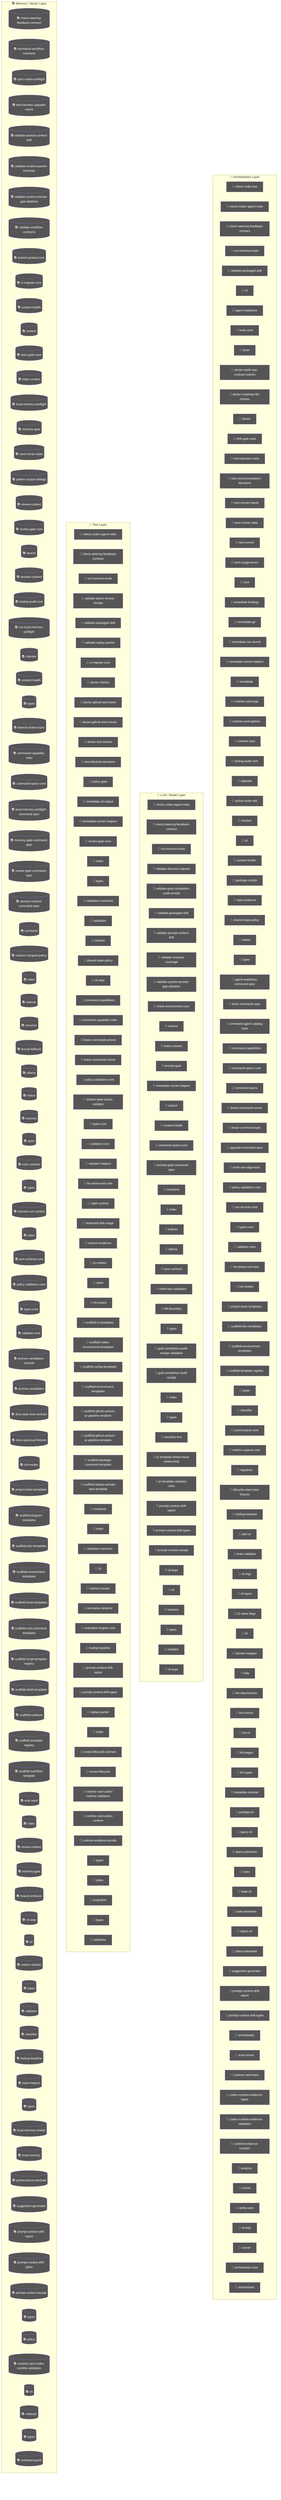
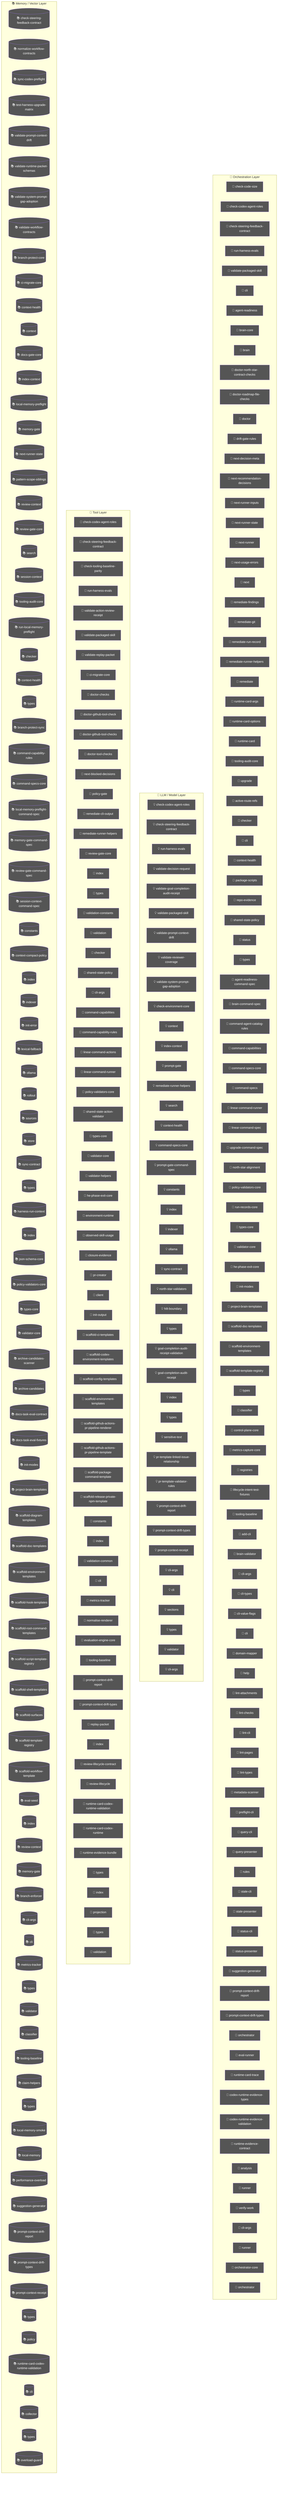
flowchart TD
  subgraph Orchestration["🎯 Orchestration Layer"]
    check_code_size_9c5efc3a["🤖 check-code-size"]
    node_agent_mmd_orchestration_layer_orchestration_chec_7a9f0b64["🤖 check-codex-agent-roles"]
    node_agent_mmd_orchestration_layer_orchestration_chec_7fd47f5c["🤖 check-steering-feedback-contract"]
    node_agent_mmd_orchestration_layer_orchestration_run__18817957["🤖 run-harness-evals"]
    node_agent_mmd_orchestration_layer_orchestration_vali_c01b04be["🤖 validate-packaged-skill"]
    cli_99bb8840["🤖 cli"]
    agent_readiness_c82c68e6["🤖 agent-readiness"]
    brain_core_aa07c380["🤖 brain-core"]
    brain_bbbf7a64["🤖 brain"]
    doctor_north_star_contract_checks_0048124c["🤖 doctor-north-star-contract-checks"]
    doctor_roadmap_file_checks_14447b8e["🤖 doctor-roadmap-file-checks"]
    doctor_72f4be89["🤖 doctor"]
    drift_gate_rules_9685e72d["🤖 drift-gate-rules"]
    next_decision_meta_c58bc91b["🤖 next-decision-meta"]
    next_recommendation_decisions_03315dd4["🤖 next-recommendation-decisions"]
    next_runner_inputs_754dba64["🤖 next-runner-inputs"]
    node_agent_mmd_orchestration_layer_orchestration_next_5393fba1["🤖 next-runner-state"]
    next_runner_41643472["🤖 next-runner"]
    next_usage_errors_837a345a["🤖 next-usage-errors"]
    next_c6c1c9a9["🤖 next"]
    remediate_findings_8b09c8c6["🤖 remediate-findings"]
    remediate_git_58c6f6f4["🤖 remediate-git"]
    remediate_run_record_9dfe5dc1["🤖 remediate-run-record"]
    node_agent_mmd_orchestration_layer_orchestration_reme_359fe98f["🤖 remediate-runner-helpers"]
    remediate_06b9c7fc["🤖 remediate"]
    runtime_card_args_2b3d4b28["🤖 runtime-card-args"]
    runtime_card_options_c9156ad5["🤖 runtime-card-options"]
    runtime_card_e06b53e1["🤖 runtime-card"]
    node_agent_mmd_orchestration_layer_orchestration_tool_acfe0c01["🤖 tooling-audit-core"]
    upgrade_7fef9479["🤖 upgrade"]
    active_route_refs_d7a46846["🤖 active-route-refs"]
    node_agent_mmd_orchestration_layer_orchestration_chec_0550c395["🤖 checker"]
    cli_1_084e05fe["🤖 cli"]
    node_agent_mmd_orchestration_layer_orchestration_cont_61b3b9c9["🤖 context-health"]
    package_scripts_3ee6150f["🤖 package-scripts"]
    repo_evidence_38bb1de5["🤖 repo-evidence"]
    node_agent_mmd_orchestration_layer_orchestration_shar_724ef5f0["🤖 shared-state-policy"]
    status_073c1634["🤖 status"]
    node_agent_mmd_orchestration_layer_orchestration_type_4f906dcc["🤖 types"]
    agent_readiness_command_spec_a30c2c1e["🤖 agent-readiness-command-spec"]
    brain_command_spec_15b122d5["🤖 brain-command-spec"]
    command_agent_catalog_rules_8e06b2af["🤖 command-agent-catalog-rules"]
    node_agent_mmd_orchestration_layer_orchestration_comm_6e41a7f7["🤖 command-capabilities"]
    node_agent_mmd_orchestration_layer_orchestration_comm_1f8cc24c["🤖 command-specs-core"]
    command_specs_69167c63["🤖 command-specs"]
    node_agent_mmd_orchestration_layer_orchestration_line_b67affd5["🤖 linear-command-runner"]
    linear_command_spec_1e12dd44["🤖 linear-command-spec"]
    upgrade_command_spec_03f6c7bd["🤖 upgrade-command-spec"]
    north_star_alignment_00440188["🤖 north-star-alignment"]
    node_agent_mmd_orchestration_layer_orchestration_poli_3270b55d["🤖 policy-validators-core"]
    run_records_core_89286dfa["🤖 run-records-core"]
    node_agent_mmd_orchestration_layer_orchestration_type_7cf81261["🤖 types-core"]
    node_agent_mmd_orchestration_layer_orchestration_vali_d9fe99e6["🤖 validator-core"]
    node_agent_mmd_orchestration_layer_orchestration_he_p_fc778c24["🤖 he-phase-exit-core"]
    node_agent_mmd_orchestration_layer_orchestration_init_2a9c3ecb["🤖 init-modes"]
    node_agent_mmd_orchestration_layer_orchestration_proj_6ab6f60f["🤖 project-brain-templates"]
    node_agent_mmd_orchestration_layer_orchestration_scaf_12cc07db["🤖 scaffold-doc-templates"]
    node_agent_mmd_orchestration_layer_orchestration_scaf_c9a90c2f["🤖 scaffold-environment-templates"]
    node_agent_mmd_orchestration_layer_orchestration_scaf_ff8f92f6["🤖 scaffold-template-registry"]
    types_16_0fae1112["🤖 types"]
    node_agent_mmd_orchestration_layer_orchestration_clas_899b821a["🤖 classifier"]
    control_plane_core_db3b4cb2["🤖 control-plane-core"]
    metrics_capture_core_db4bf7cf["🤖 metrics-capture-core"]
    registries_06402afa["🤖 registries"]
    lifecycle_intent_test_fixtures_a53c7ada["🤖 lifecycle-intent-test-fixtures"]
    node_agent_mmd_orchestration_layer_orchestration_tool_cc43149f["🤖 tooling-baseline"]
    add_cli_7614de25["🤖 add-cli"]
    brain_validator_be251832["🤖 brain-validator"]
    cli_args_8_d546936e["🤖 cli-args"]
    cli_types_1686e858["🤖 cli-types"]
    cli_value_flags_732a8e43["🤖 cli-value-flags"]
    cli_10_35dc8cbd["🤖 cli"]
    domain_mapper_cd9333d2["🤖 domain-mapper"]
    help_106a5842["🤖 help"]
    lint_attachments_873c0632["🤖 lint-attachments"]
    lint_checks_83522b19["🤖 lint-checks"]
    lint_cli_9ec62ec0["🤖 lint-cli"]
    lint_pages_e33301d0["🤖 lint-pages"]
    lint_types_2862c255["🤖 lint-types"]
    metadata_scanner_6a101b66["🤖 metadata-scanner"]
    preflight_cli_5d148379["🤖 preflight-cli"]
    query_cli_b95be64d["🤖 query-cli"]
    query_presenter_02e6077c["🤖 query-presenter"]
    rules_6c621d1a["🤖 rules"]
    stale_cli_64548720["🤖 stale-cli"]
    stale_presenter_1de4e3a2["🤖 stale-presenter"]
    status_cli_4c24a0d6["🤖 status-cli"]
    status_presenter_8de686c1["🤖 status-presenter"]
    node_agent_mmd_orchestration_layer_orchestration_sugg_85c5ebe3["🤖 suggestion-generator"]
    node_agent_mmd_orchestration_layer_orchestration_prom_d17b4de2["🤖 prompt-context-drift-report"]
    node_agent_mmd_orchestration_layer_orchestration_prom_77088997["🤖 prompt-context-drift-types"]
    orchestrator_11376b7e["🤖 orchestrator"]
    eval_runner_0966a6b3["🤖 eval-runner"]
    runtime_card_trace_64a5ca95["🤖 runtime-card-trace"]
    codex_runtime_evidence_types_f55808dd["🤖 codex-runtime-evidence-types"]
    codex_runtime_evidence_validation_d060a92d["🤖 codex-runtime-evidence-validation"]
    runtime_evidence_contract_0f7b15b2["🤖 runtime-evidence-contract"]
    analysis_f44e85c4["🤖 analysis"]
    runner_527aa9f4["🤖 runner"]
    verify_work_1_cd8e7ec3["🤖 verify-work"]
    cli_args_14_3481043e["🤖 cli-args"]
    runner_1_6f281bf8["🤖 runner"]
    orchestrator_core_d0678b53["🤖 orchestrator-core"]
    orchestrator_1_6b7137c5["🤖 orchestrator"]
  end
  subgraph LLMLayer["🧠 LLM / Model Layer"]
    node_agent_mmd_llm_model_layer_llmlayer_check_codex_a_29e7b7fa["💡 check-codex-agent-roles"]
    node_agent_mmd_llm_model_layer_llmlayer_check_steerin_0e1bf90d["💡 check-steering-feedback-contract"]
    node_agent_mmd_llm_model_layer_llmlayer_run_harness_e_603fcfdc["💡 run-harness-evals"]
    validate_decision_request_2e5c325e["💡 validate-decision-request"]
    validate_goal_completion_audit_receipt_100d252c["💡 validate-goal-completion-audit-receipt"]
    node_agent_mmd_llm_model_layer_llmlayer_validate_pack_2a12e1f4["💡 validate-packaged-skill"]
    node_agent_mmd_llm_model_layer_llmlayer_validate_prom_9880f764["💡 validate-prompt-context-drift"]
    validate_reviewer_coverage_251efee3["💡 validate-reviewer-coverage"]
    node_agent_mmd_llm_model_layer_llmlayer_validate_syst_5636156e["💡 validate-system-prompt-gap-adoption"]
    check_environment_core_2c16213f["💡 check-environment-core"]
    node_agent_mmd_llm_model_layer_llmlayer_context_conte_ad2dfbd9["💡 context"]
    node_agent_mmd_llm_model_layer_llmlayer_index_context_1041bd11["💡 index-context"]
    prompt_gate_c5e9d207["💡 prompt-gate"]
    node_agent_mmd_llm_model_layer_llmlayer_remediate_run_9e3d4585["💡 remediate-runner-helpers"]
    node_agent_mmd_llm_model_layer_llmlayer_search_search_66b9a911["💡 search"]
    node_agent_mmd_llm_model_layer_llmlayer_context_healt_cfc0bfa8["💡 context-health"]
    node_agent_mmd_llm_model_layer_llmlayer_command_specs_782af9fa["💡 command-specs-core"]
    prompt_gate_command_spec_9a941482["💡 prompt-gate-command-spec"]
    node_agent_mmd_llm_model_layer_llmlayer_constants_con_c9bd3f6c["💡 constants"]
    node_agent_mmd_llm_model_layer_llmlayer_index_index_1_02e160ff["💡 index"]
    node_agent_mmd_llm_model_layer_llmlayer_indexer_index_4f4deef5["💡 indexer"]
    node_agent_mmd_llm_model_layer_llmlayer_ollama_ollama_968b23fa["💡 ollama"]
    node_agent_mmd_llm_model_layer_llmlayer_sync_contract_9f3cc8c1["💡 sync-contract"]
    north_star_validators_cfc926ce["💡 north-star-validators"]
    hilt_boundary_9b36fb15["💡 hilt-boundary"]
    types_10_75e5a4a0["💡 types"]
    goal_completion_audit_receipt_validation_9d0f4891["💡 goal-completion-audit-receipt-validation"]
    goal_completion_audit_receipt_5e4939c3["💡 goal-completion-audit-receipt"]
    index_5_522f772a["💡 index"]
    node_agent_mmd_llm_model_layer_llmlayer_constants_con_c9bd3f6c["💡 constants"]
    types_17_ed30531c["💡 types"]
    sensitive_text_7c11f760["💡 sensitive-text"]
    pr_template_linked_issue_relationship_a7b61f2c["💡 pr-template-linked-issue-relationship"]
    pr_template_validator_rules_20a32d6b["💡 pr-template-validator-rules"]
    node_agent_mmd_llm_model_layer_llmlayer_index_index_1_02e160ff["💡 index"]
    node_agent_mmd_llm_model_layer_llmlayer_prompt_contex_81f9066a["💡 prompt-context-drift-report"]
    node_agent_mmd_llm_model_layer_llmlayer_prompt_contex_e5066b88["💡 prompt-context-drift-types"]
    node_agent_mmd_llm_model_layer_llmlayer_index_index_1_02e160ff["💡 index"]
    node_agent_mmd_llm_model_layer_llmlayer_prompt_contex_6426acc2["💡 prompt-context-receipt"]
    cli_args_9_9c136878["💡 cli-args"]
    cli_11_338a8415["💡 cli"]
    sections_4697ef32["💡 sections"]
    types_27_4d134744["💡 types"]
    validator_7_f836eb0e["💡 validator"]
    cli_args_10_861cdd3f["💡 cli-args"]
  end
  subgraph ToolLayer["🔧 Tool Layer"]
    node_agent_mmd_tool_layer_toollayer_check_codex_agent_4b361d5a["🔧 check-codex-agent-roles"]
    node_agent_mmd_tool_layer_toollayer_check_steering_fe_eafecf3a["🔧 check-steering-feedback-contract"]
+     check_tooling_baseline_parity_3124b30a["🔧 check-tooling-baseline-parity"]
    node_agent_mmd_tool_layer_toollayer_run_harness_evals_e2ee24f1["🔧 run-harness-evals"]
    validate_action_review_receipt_fa2f06c3["🔧 validate-action-review-receipt"]
    node_agent_mmd_tool_layer_toollayer_validate_packaged_2855c827["🔧 validate-packaged-skill"]
    validate_replay_packet_f309747e["🔧 validate-replay-packet"]
    node_agent_mmd_tool_layer_toollayer_ci_migrate_core_c_049f8460["🔧 ci-migrate-core"]
    doctor_checks_5a2eb2b9["🔧 doctor-checks"]
    doctor_github_tool_check_e0a938df["🔧 doctor-github-tool-check"]
    doctor_github_tool_checks_a53b0382["🔧 doctor-github-tool-checks"]
    doctor_tool_checks_4acac51a["🔧 doctor-tool-checks"]
    next_blocked_decisions_4140ad2b["🔧 next-blocked-decisions"]
    policy_gate_213f7313["🔧 policy-gate"]
    remediate_cli_output_cc165396["🔧 remediate-cli-output"]
    node_agent_mmd_tool_layer_toollayer_remediate_runner__c003b871["🔧 remediate-runner-helpers"]
    node_agent_mmd_tool_layer_toollayer_review_gate_core__7704598b["🔧 review-gate-core"]
    index_1bc04b52["🔧 index"]
    types_1_4ecdf56e["🔧 types"]
    validation_constants_e002a0f6["🔧 validation-constants"]
    validation_98c41dcd["🔧 validation"]
    node_agent_mmd_tool_layer_toollayer_checker_checker_2_453d593b["🔧 checker"]
    node_agent_mmd_tool_layer_toollayer_shared_state_poli_53734acd["🔧 shared-state-policy"]
    cli_args_1_6144b055["🔧 cli-args"]
    node_agent_mmd_tool_layer_toollayer_command_capabilit_7fe13db1["🔧 command-capabilities"]
    node_agent_mmd_tool_layer_toollayer_command_capabilit_e97a4615["🔧 command-capability-rules"]
    linear_command_actions_e430f4f4["🔧 linear-command-actions"]
    node_agent_mmd_tool_layer_toollayer_linear_command_ru_d6763748["🔧 linear-command-runner"]
    node_agent_mmd_tool_layer_toollayer_policy_validators_af136abf["🔧 policy-validators-core"]
    shared_state_action_validator_e7b128cd["🔧 shared-state-action-validator"]
    node_agent_mmd_tool_layer_toollayer_types_core_types__6c8319b6["🔧 types-core"]
    node_agent_mmd_tool_layer_toollayer_validator_core_va_6ef6131f["🔧 validator-core"]
    validator_helpers_7b927667["🔧 validator-helpers"]
    node_agent_mmd_tool_layer_toollayer_he_phase_exit_cor_af016160["🔧 he-phase-exit-core"]
-     ralph_runtime_73d63c0e["🔧 ralph-runtime"]
+     environment_runtime_3206f0a8["🔧 environment-runtime"]
    observed_skill_usage_ed7d5930["🔧 observed-skill-usage"]
    closure_evidence_aaa31467["🔧 closure-evidence"]
    pr_creator_dc6b1ea4["🔧 pr-creator"]
    client_948fe603["🔧 client"]
    init_output_360dce91["🔧 init-output"]
    scaffold_ci_templates_2afd6392["🔧 scaffold-ci-templates"]
    scaffold_codex_environment_templates_334fbbed["🔧 scaffold-codex-environment-templates"]
    scaffold_config_templates_4b80ce53["🔧 scaffold-config-templates"]
    node_agent_mmd_tool_layer_toollayer_scaffold_environm_c1afc013["🔧 scaffold-environment-templates"]
    scaffold_github_actions_pr_pipeline_renderer_1ee18de5["🔧 scaffold-github-actions-pr-pipeline-renderer"]
    scaffold_github_actions_pr_pipeline_template_e2b85f62["🔧 scaffold-github-actions-pr-pipeline-template"]
    scaffold_package_command_template_80e32e83["🔧 scaffold-package-command-template"]
    scaffold_release_private_npm_template_075499f8["🔧 scaffold-release-private-npm-template"]
    node_agent_mmd_tool_layer_toollayer_constants_constan_9d71b829["🔧 constants"]
    index_9_32dd4d91["🔧 index"]
    validation_common_6161e48b["🔧 validation-common"]
    node_agent_mmd_tool_layer_toollayer_cli_cli_2_1_32d9eeaf["🔧 cli"]
    node_agent_mmd_tool_layer_toollayer_metrics_tracker_m_4c9237d8["🔧 metrics-tracker"]
    normalise_renderer_85f2e563["🔧 normalise-renderer"]
    evaluation_engine_core_e054fe49["🔧 evaluation-engine-core"]
    node_agent_mmd_tool_layer_toollayer_tooling_baseline__61e66e9f["🔧 tooling-baseline"]
    node_agent_mmd_tool_layer_toollayer_prompt_context_dr_a2772f2b["🔧 prompt-context-drift-report"]
    node_agent_mmd_tool_layer_toollayer_prompt_context_dr_bd82da46["🔧 prompt-context-drift-types"]
    replay_packet_a1293f88["🔧 replay-packet"]
    index_14_d982116c["🔧 index"]
    review_lifecycle_contract_e5447221["🔧 review-lifecycle-contract"]
    review_lifecycle_89afa64c["🔧 review-lifecycle"]
    node_agent_mmd_tool_layer_toollayer_runtime_card_code_3636ceac["🔧 runtime-card-codex-runtime-validation"]
    runtime_card_codex_runtime_0655e230["🔧 runtime-card-codex-runtime"]
    runtime_evidence_bundle_d471a232["🔧 runtime-evidence-bundle"]
    types_36_674380ec["🔧 types"]
    index_17_642943a2["🔧 index"]
    projection_1b250ea1["🔧 projection"]
    types_38_e8efcd57["🔧 types"]
    validation_7_c4e6d8b6["🔧 validation"]
  end
  subgraph MemoryLayer["📚 Memory / Vector Layer"]
    node_agent_mmd_memory_vector_layer_memorylayer_check__64c86928[("📚 check-steering-feedback-contract")]
    normalize_workflow_contracts_8701f1c8[("📚 normalize-workflow-contracts")]
    sync_codex_preflight_7e7a8dc2[("📚 sync-codex-preflight")]
    test_harness_upgrade_matrix_84113c4e[("📚 test-harness-upgrade-matrix")]
    node_agent_mmd_memory_vector_layer_memorylayer_valida_c52c4db8[("📚 validate-prompt-context-drift")]
    validate_runtime_packet_schemas_bc3ba8ec[("📚 validate-runtime-packet-schemas")]
    node_agent_mmd_memory_vector_layer_memorylayer_valida_db599a97[("📚 validate-system-prompt-gap-adoption")]
    validate_workflow_contracts_33dc063c[("📚 validate-workflow-contracts")]
    branch_protect_core_a8feb0fd[("📚 branch-protect-core")]
    node_agent_mmd_memory_vector_layer_memorylayer_ci_mig_0cd5b1a4[("📚 ci-migrate-core")]
    context_health_80bb7da9[("📚 context-health")]
    node_agent_mmd_memory_vector_layer_memorylayer_contex_78ceaaa9[("📚 context")]
    docs_gate_core_eb9b6c18[("📚 docs-gate-core")]
    node_agent_mmd_memory_vector_layer_memorylayer_index__6f3402d0[("📚 index-context")]
    local_memory_preflight_dcc36c42[("📚 local-memory-preflight")]
    memory_gate_a577a506[("📚 memory-gate")]
    node_agent_mmd_memory_vector_layer_memorylayer_next_r_7feb80cc[("📚 next-runner-state")]
    pattern_scope_siblings_43abe000[("📚 pattern-scope-siblings")]
    review_context_ca6cf81d[("📚 review-context")]
    node_agent_mmd_memory_vector_layer_memorylayer_review_5bee9816[("📚 review-gate-core")]
    node_agent_mmd_memory_vector_layer_memorylayer_search_ac35cb7e[("📚 search")]
    session_context_e5ec72c0[("📚 session-context")]
    node_agent_mmd_memory_vector_layer_memorylayer_toolin_a1185b8f[("📚 tooling-audit-core")]
    run_local_memory_preflight_36e92808[("📚 run-local-memory-preflight")]
    node_agent_mmd_memory_vector_layer_memorylayer_checke_a583eb4f[("📚 checker")]
    node_agent_mmd_memory_vector_layer_memorylayer_contex_3204aa0e[("📚 context-health")]
    node_agent_mmd_memory_vector_layer_memorylayer_types__9ad640a0[("📚 types")]
    branch_protect_sync_570adb18[("📚 branch-protect-sync")]
    node_agent_mmd_memory_vector_layer_memorylayer_comman_c72a5d05[("📚 command-capability-rules")]
    node_agent_mmd_memory_vector_layer_memorylayer_comman_111eb454[("📚 command-specs-core")]
    local_memory_preflight_command_spec_9e23f3ce[("📚 local-memory-preflight-command-spec")]
    memory_gate_command_spec_dc9001a9[("📚 memory-gate-command-spec")]
    review_gate_command_spec_3187376a[("📚 review-gate-command-spec")]
    session_context_command_spec_973afbb1[("📚 session-context-command-spec")]
    node_agent_mmd_memory_vector_layer_memorylayer_consta_702d3f46[("📚 constants")]
    context_compact_policy_3dcaf95d[("📚 context-compact-policy")]
    node_agent_mmd_memory_vector_layer_memorylayer_index__752bc61e[("📚 index")]
    node_agent_mmd_memory_vector_layer_memorylayer_indexe_93e6d86f[("📚 indexer")]
    init_error_5c7dd49f[("📚 init-error")]
    lexical_fallback_723e2b3e[("📚 lexical-fallback")]
    node_agent_mmd_memory_vector_layer_memorylayer_ollama_6d51be16[("📚 ollama")]
    rollout_a4fa034c[("📚 rollout")]
    sources_878a52fc[("📚 sources")]
    store_824d80d7[("📚 store")]
    node_agent_mmd_memory_vector_layer_memorylayer_sync_c_e43418bc[("📚 sync-contract")]
    types_8_f6283648[("📚 types")]
    harness_run_context_ac7c77a9[("📚 harness-run-context")]
    index_4_013aa0e3[("📚 index")]
    json_schema_core_96d7e328[("📚 json-schema-core")]
    node_agent_mmd_memory_vector_layer_memorylayer_policy_1944de42[("📚 policy-validators-core")]
    node_agent_mmd_memory_vector_layer_memorylayer_types__83f369fa[("📚 types-core")]
    node_agent_mmd_memory_vector_layer_memorylayer_valida_41034356[("📚 validator-core")]
    archive_candidates_scanner_d0931789[("📚 archive-candidates-scanner")]
    archive_candidates_dc0e40e1[("📚 archive-candidates")]
    docs_task_eval_contract_79347457[("📚 docs-task-eval-contract")]
    docs_task_eval_fixtures_44902755[("📚 docs-task-eval-fixtures")]
    node_agent_mmd_memory_vector_layer_memorylayer_init_m_333d02c5[("📚 init-modes")]
    node_agent_mmd_memory_vector_layer_memorylayer_projec_3ae304d9[("📚 project-brain-templates")]
    scaffold_diagram_templates_dd88e83c[("📚 scaffold-diagram-templates")]
    node_agent_mmd_memory_vector_layer_memorylayer_scaffo_5fd73b94[("📚 scaffold-doc-templates")]
    node_agent_mmd_memory_vector_layer_memorylayer_scaffo_12b42341[("📚 scaffold-environment-templates")]
    scaffold_hook_templates_8c74ab50[("📚 scaffold-hook-templates")]
    scaffold_root_command_templates_404fed7f[("📚 scaffold-root-command-templates")]
    scaffold_script_template_registry_69312d4e[("📚 scaffold-script-template-registry")]
    scaffold_shell_templates_0ad0f915[("📚 scaffold-shell-templates")]
    scaffold_surfaces_12d6494e[("📚 scaffold-surfaces")]
    node_agent_mmd_memory_vector_layer_memorylayer_scaffo_a86eece1[("📚 scaffold-template-registry")]
    scaffold_workflow_template_92310587[("📚 scaffold-workflow-template")]
    eval_seed_5699fd3e[("📚 eval-seed")]
    index_10_f6785a46[("📚 index")]
    review_context_1_e3afed15[("📚 review-context")]
    memory_gate_1_265164ac[("📚 memory-gate")]
    branch_enforcer_acb749cd[("📚 branch-enforcer")]
    cli_args_5_09ea29f0[("📚 cli-args")]
    node_agent_mmd_memory_vector_layer_memorylayer_cli_cl_1f1f89ab[("📚 cli")]
    node_agent_mmd_memory_vector_layer_memorylayer_metric_12562178[("📚 metrics-tracker")]
    types_19_eb4ad5f0[("📚 types")]
    validator_5_b19ac2be[("📚 validator")]
    node_agent_mmd_memory_vector_layer_memorylayer_classi_1ebbf5ff[("📚 classifier")]
    node_agent_mmd_memory_vector_layer_memorylayer_toolin_14f86b00[("📚 tooling-baseline")]
    claim_helpers_20dc8387[("📚 claim-helpers")]
    types_24_c63dc1a7[("📚 types")]
    local_memory_smoke_1175abfc[("📚 local-memory-smoke")]
    local_memory_0db17ecc[("📚 local-memory")]
    performance_overload_c685bfcf[("📚 performance-overload")]
    node_agent_mmd_memory_vector_layer_memorylayer_sugges_267f408d[("📚 suggestion-generator")]
    node_agent_mmd_memory_vector_layer_memorylayer_index__752bc61e[("📚 index")]
    node_agent_mmd_memory_vector_layer_memorylayer_prompt_ae34fc43[("📚 prompt-context-drift-report")]
    node_agent_mmd_memory_vector_layer_memorylayer_prompt_efd77624[("📚 prompt-context-drift-types")]
    node_agent_mmd_memory_vector_layer_memorylayer_index__752bc61e[("📚 index")]
    node_agent_mmd_memory_vector_layer_memorylayer_prompt_55c0d605[("📚 prompt-context-receipt")]
    types_31_eb363e20[("📚 types")]
    policy_1_fc4198db[("📚 policy")]
    node_agent_mmd_memory_vector_layer_memorylayer_runtim_a5d23e7f[("📚 runtime-card-codex-runtime-validation")]
    cli_12_01c06c37[("📚 cli")]
    collector_0736fd5b[("📚 collector")]
    types_34_85e6a0bb[("📚 types")]
    overload_guard_2748c559[("📚 overload-guard")]
  end
  classDef agentNode fill:#555,color:#fff
  class check_code_size_9c5efc3a,node_agent_mmd_orchestration_layer_orchestration_chec_7a9f0b64,node_agent_mmd_llm_model_layer_llmlayer_check_codex_a_29e7b7fa,node_agent_mmd_tool_layer_toollayer_check_codex_agent_4b361d5a,node_agent_mmd_orchestration_layer_orchestration_chec_7fd47f5c,node_agent_mmd_llm_model_layer_llmlayer_check_steerin_0e1bf90d,node_agent_mmd_tool_layer_toollayer_check_steering_fe_eafecf3a,node_agent_mmd_memory_vector_layer_memorylayer_check__64c86928,node_agent_mmd_orchestration_layer_orchestration_run__18817957,node_agent_mmd_llm_model_layer_llmlayer_run_harness_e_603fcfdc,node_agent_mmd_tool_layer_toollayer_run_harness_evals_e2ee24f1,node_agent_mmd_orchestration_layer_orchestration_vali_c01b04be,node_agent_mmd_llm_model_layer_llmlayer_validate_pack_2a12e1f4,node_agent_mmd_tool_layer_toollayer_validate_packaged_2855c827,cli_99bb8840,agent_readiness_c82c68e6,brain_core_aa07c380,brain_bbbf7a64,doctor_north_star_contract_checks_0048124c,doctor_roadmap_file_checks_14447b8e,doctor_72f4be89,drift_gate_rules_9685e72d,next_decision_meta_c58bc91b,next_recommendation_decisions_03315dd4,next_runner_inputs_754dba64,node_agent_mmd_orchestration_layer_orchestration_next_5393fba1,node_agent_mmd_memory_vector_layer_memorylayer_next_r_7feb80cc,next_runner_41643472,next_usage_errors_837a345a,next_c6c1c9a9,remediate_findings_8b09c8c6,remediate_git_58c6f6f4,remediate_run_record_9dfe5dc1,node_agent_mmd_orchestration_layer_orchestration_reme_359fe98f,node_agent_mmd_llm_model_layer_llmlayer_remediate_run_9e3d4585,node_agent_mmd_tool_layer_toollayer_remediate_runner__c003b871,remediate_06b9c7fc,runtime_card_args_2b3d4b28,runtime_card_options_c9156ad5,runtime_card_e06b53e1,node_agent_mmd_orchestration_layer_orchestration_tool_acfe0c01,node_agent_mmd_memory_vector_layer_memorylayer_toolin_a1185b8f,upgrade_7fef9479,active_route_refs_d7a46846,node_agent_mmd_orchestration_layer_orchestration_chec_0550c395,node_agent_mmd_tool_layer_toollayer_checker_checker_2_453d593b,node_agent_mmd_memory_vector_layer_memorylayer_checke_a583eb4f,cli_1_084e05fe,node_agent_mmd_orchestration_layer_orchestration_cont_61b3b9c9,node_agent_mmd_llm_model_layer_llmlayer_context_healt_cfc0bfa8,node_agent_mmd_memory_vector_layer_memorylayer_contex_3204aa0e,package_scripts_3ee6150f,repo_evidence_38bb1de5,node_agent_mmd_orchestration_layer_orchestration_shar_724ef5f0,node_agent_mmd_tool_layer_toollayer_shared_state_poli_53734acd,status_073c1634,node_agent_mmd_orchestration_layer_orchestration_type_4f906dcc,node_agent_mmd_memory_vector_layer_memorylayer_types__9ad640a0,agent_readiness_command_spec_a30c2c1e,brain_command_spec_15b122d5,command_agent_catalog_rules_8e06b2af,node_agent_mmd_orchestration_layer_orchestration_comm_6e41a7f7,node_agent_mmd_tool_layer_toollayer_command_capabilit_7fe13db1,node_agent_mmd_orchestration_layer_orchestration_comm_1f8cc24c,node_agent_mmd_llm_model_layer_llmlayer_command_specs_782af9fa,node_agent_mmd_memory_vector_layer_memorylayer_comman_111eb454,command_specs_69167c63,node_agent_mmd_orchestration_layer_orchestration_line_b67affd5,node_agent_mmd_tool_layer_toollayer_linear_command_ru_d6763748,linear_command_spec_1e12dd44,upgrade_command_spec_03f6c7bd,north_star_alignment_00440188,node_agent_mmd_orchestration_layer_orchestration_poli_3270b55d,node_agent_mmd_tool_layer_toollayer_policy_validators_af136abf,node_agent_mmd_memory_vector_layer_memorylayer_policy_1944de42,run_records_core_89286dfa,node_agent_mmd_orchestration_layer_orchestration_type_7cf81261,node_agent_mmd_tool_layer_toollayer_types_core_types__6c8319b6,node_agent_mmd_memory_vector_layer_memorylayer_types__83f369fa,node_agent_mmd_orchestration_layer_orchestration_vali_d9fe99e6,node_agent_mmd_tool_layer_toollayer_validator_core_va_6ef6131f,node_agent_mmd_memory_vector_layer_memorylayer_valida_41034356,node_agent_mmd_orchestration_layer_orchestration_he_p_fc778c24,node_agent_mmd_tool_layer_toollayer_he_phase_exit_cor_af016160,node_agent_mmd_orchestration_layer_orchestration_init_2a9c3ecb,node_agent_mmd_memory_vector_layer_memorylayer_init_m_333d02c5,node_agent_mmd_orchestration_layer_orchestration_proj_6ab6f60f,node_agent_mmd_memory_vector_layer_memorylayer_projec_3ae304d9,node_agent_mmd_orchestration_layer_orchestration_scaf_12cc07db,node_agent_mmd_memory_vector_layer_memorylayer_scaffo_5fd73b94,node_agent_mmd_orchestration_layer_orchestration_scaf_c9a90c2f,node_agent_mmd_tool_layer_toollayer_scaffold_environm_c1afc013,node_agent_mmd_memory_vector_layer_memorylayer_scaffo_12b42341,node_agent_mmd_orchestration_layer_orchestration_scaf_ff8f92f6,node_agent_mmd_memory_vector_layer_memorylayer_scaffo_a86eece1,types_16_0fae1112,node_agent_mmd_orchestration_layer_orchestration_clas_899b821a,node_agent_mmd_memory_vector_layer_memorylayer_classi_1ebbf5ff,control_plane_core_db3b4cb2,metrics_capture_core_db4bf7cf,registries_06402afa,lifecycle_intent_test_fixtures_a53c7ada,node_agent_mmd_orchestration_layer_orchestration_tool_cc43149f,node_agent_mmd_tool_layer_toollayer_tooling_baseline__61e66e9f,node_agent_mmd_memory_vector_layer_memorylayer_toolin_14f86b00,add_cli_7614de25,brain_validator_be251832,cli_args_8_d546936e,cli_types_1686e858,cli_value_flags_732a8e43,cli_10_35dc8cbd,domain_mapper_cd9333d2,help_106a5842,lint_attachments_873c0632,lint_checks_83522b19,lint_cli_9ec62ec0,lint_pages_e33301d0,lint_types_2862c255,metadata_scanner_6a101b66,preflight_cli_5d148379,query_cli_b95be64d,query_presenter_02e6077c,rules_6c621d1a,stale_cli_64548720,stale_presenter_1de4e3a2,status_cli_4c24a0d6,status_presenter_8de686c1,node_agent_mmd_orchestration_layer_orchestration_sugg_85c5ebe3,node_agent_mmd_memory_vector_layer_memorylayer_sugges_267f408d,node_agent_mmd_orchestration_layer_orchestration_prom_d17b4de2,node_agent_mmd_llm_model_layer_llmlayer_prompt_contex_81f9066a,node_agent_mmd_tool_layer_toollayer_prompt_context_dr_a2772f2b,node_agent_mmd_memory_vector_layer_memorylayer_prompt_ae34fc43,node_agent_mmd_orchestration_layer_orchestration_prom_77088997,node_agent_mmd_llm_model_layer_llmlayer_prompt_contex_e5066b88,node_agent_mmd_tool_layer_toollayer_prompt_context_dr_bd82da46,node_agent_mmd_memory_vector_layer_memorylayer_prompt_efd77624,orchestrator_11376b7e,eval_runner_0966a6b3,runtime_card_trace_64a5ca95,codex_runtime_evidence_types_f55808dd,codex_runtime_evidence_validation_d060a92d,runtime_evidence_contract_0f7b15b2,analysis_f44e85c4,runner_527aa9f4,verify_work_1_cd8e7ec3,cli_args_14_3481043e,runner_1_6f281bf8,orchestrator_core_d0678b53,orchestrator_1_6b7137c5 agentNode
  classDef llmNode fill:#555,color:#fff
  class node_agent_mmd_orchestration_layer_orchestration_chec_7a9f0b64,node_agent_mmd_llm_model_layer_llmlayer_check_codex_a_29e7b7fa,node_agent_mmd_tool_layer_toollayer_check_codex_agent_4b361d5a,node_agent_mmd_orchestration_layer_orchestration_chec_7fd47f5c,node_agent_mmd_llm_model_layer_llmlayer_check_steerin_0e1bf90d,node_agent_mmd_tool_layer_toollayer_check_steering_fe_eafecf3a,node_agent_mmd_memory_vector_layer_memorylayer_check__64c86928,node_agent_mmd_orchestration_layer_orchestration_run__18817957,node_agent_mmd_llm_model_layer_llmlayer_run_harness_e_603fcfdc,node_agent_mmd_tool_layer_toollayer_run_harness_evals_e2ee24f1,validate_decision_request_2e5c325e,validate_goal_completion_audit_receipt_100d252c,node_agent_mmd_orchestration_layer_orchestration_vali_c01b04be,node_agent_mmd_llm_model_layer_llmlayer_validate_pack_2a12e1f4,node_agent_mmd_tool_layer_toollayer_validate_packaged_2855c827,node_agent_mmd_llm_model_layer_llmlayer_validate_prom_9880f764,node_agent_mmd_memory_vector_layer_memorylayer_valida_c52c4db8,validate_reviewer_coverage_251efee3,node_agent_mmd_llm_model_layer_llmlayer_validate_syst_5636156e,node_agent_mmd_memory_vector_layer_memorylayer_valida_db599a97,check_environment_core_2c16213f,node_agent_mmd_llm_model_layer_llmlayer_context_conte_ad2dfbd9,node_agent_mmd_memory_vector_layer_memorylayer_contex_78ceaaa9,node_agent_mmd_llm_model_layer_llmlayer_index_context_1041bd11,node_agent_mmd_memory_vector_layer_memorylayer_index__6f3402d0,prompt_gate_c5e9d207,node_agent_mmd_orchestration_layer_orchestration_reme_359fe98f,node_agent_mmd_llm_model_layer_llmlayer_remediate_run_9e3d4585,node_agent_mmd_tool_layer_toollayer_remediate_runner__c003b871,node_agent_mmd_llm_model_layer_llmlayer_search_search_66b9a911,node_agent_mmd_memory_vector_layer_memorylayer_search_ac35cb7e,node_agent_mmd_orchestration_layer_orchestration_cont_61b3b9c9,node_agent_mmd_llm_model_layer_llmlayer_context_healt_cfc0bfa8,node_agent_mmd_memory_vector_layer_memorylayer_contex_3204aa0e,node_agent_mmd_orchestration_layer_orchestration_comm_1f8cc24c,node_agent_mmd_llm_model_layer_llmlayer_command_specs_782af9fa,node_agent_mmd_memory_vector_layer_memorylayer_comman_111eb454,prompt_gate_command_spec_9a941482,node_agent_mmd_llm_model_layer_llmlayer_constants_con_c9bd3f6c,node_agent_mmd_memory_vector_layer_memorylayer_consta_702d3f46,node_agent_mmd_llm_model_layer_llmlayer_index_index_1_02e160ff,node_agent_mmd_memory_vector_layer_memorylayer_index__752bc61e,node_agent_mmd_llm_model_layer_llmlayer_indexer_index_4f4deef5,node_agent_mmd_memory_vector_layer_memorylayer_indexe_93e6d86f,node_agent_mmd_llm_model_layer_llmlayer_ollama_ollama_968b23fa,node_agent_mmd_memory_vector_layer_memorylayer_ollama_6d51be16,node_agent_mmd_llm_model_layer_llmlayer_sync_contract_9f3cc8c1,node_agent_mmd_memory_vector_layer_memorylayer_sync_c_e43418bc,north_star_validators_cfc926ce,hilt_boundary_9b36fb15,types_10_75e5a4a0,goal_completion_audit_receipt_validation_9d0f4891,goal_completion_audit_receipt_5e4939c3,index_5_522f772a,node_agent_mmd_tool_layer_toollayer_constants_constan_9d71b829,types_17_ed30531c,sensitive_text_7c11f760,pr_template_linked_issue_relationship_a7b61f2c,pr_template_validator_rules_20a32d6b,node_agent_mmd_orchestration_layer_orchestration_prom_d17b4de2,node_agent_mmd_llm_model_layer_llmlayer_prompt_contex_81f9066a,node_agent_mmd_tool_layer_toollayer_prompt_context_dr_a2772f2b,node_agent_mmd_memory_vector_layer_memorylayer_prompt_ae34fc43,node_agent_mmd_orchestration_layer_orchestration_prom_77088997,node_agent_mmd_llm_model_layer_llmlayer_prompt_contex_e5066b88,node_agent_mmd_tool_layer_toollayer_prompt_context_dr_bd82da46,node_agent_mmd_memory_vector_layer_memorylayer_prompt_efd77624,node_agent_mmd_llm_model_layer_llmlayer_prompt_contex_6426acc2,node_agent_mmd_memory_vector_layer_memorylayer_prompt_55c0d605,cli_args_9_9c136878,cli_11_338a8415,sections_4697ef32,types_27_4d134744,validator_7_f836eb0e,cli_args_10_861cdd3f llmNode
  classDef toolNode fill:#555,color:#fff
-   class node_agent_mmd_orchestration_layer_orchestration_chec_7a9f0b64,node_agent_mmd_llm_model_layer_llmlayer_check_codex_a_29e7b7fa,node_agent_mmd_tool_layer_toollayer_check_codex_agent_4b361d5a,node_agent_mmd_orchestration_layer_orchestration_chec_7fd47f5c,node_agent_mmd_llm_model_layer_llmlayer_check_steerin_0e1bf90d,node_agent_mmd_tool_layer_toollayer_check_steering_fe_eafecf3a,node_agent_mmd_memory_vector_layer_memorylayer_check__64c86928,node_agent_mmd_orchestration_layer_orchestration_run__18817957,node_agent_mmd_llm_model_layer_llmlayer_run_harness_e_603fcfdc,node_agent_mmd_tool_layer_toollayer_run_harness_evals_e2ee24f1,validate_action_review_receipt_fa2f06c3,node_agent_mmd_orchestration_layer_orchestration_vali_c01b04be,node_agent_mmd_llm_model_layer_llmlayer_validate_pack_2a12e1f4,node_agent_mmd_tool_layer_toollayer_validate_packaged_2855c827,validate_replay_packet_f309747e,node_agent_mmd_tool_layer_toollayer_ci_migrate_core_c_049f8460,node_agent_mmd_memory_vector_layer_memorylayer_ci_mig_0cd5b1a4,doctor_checks_5a2eb2b9,doctor_github_tool_check_e0a938df,doctor_github_tool_checks_a53b0382,doctor_tool_checks_4acac51a,next_blocked_decisions_4140ad2b,policy_gate_213f7313,remediate_cli_output_cc165396,node_agent_mmd_orchestration_layer_orchestration_reme_359fe98f,node_agent_mmd_llm_model_layer_llmlayer_remediate_run_9e3d4585,node_agent_mmd_tool_layer_toollayer_remediate_runner__c003b871,node_agent_mmd_tool_layer_toollayer_review_gate_core__7704598b,node_agent_mmd_memory_vector_layer_memorylayer_review_5bee9816,index_1bc04b52,types_1_4ecdf56e,validation_constants_e002a0f6,validation_98c41dcd,node_agent_mmd_orchestration_layer_orchestration_chec_0550c395,node_agent_mmd_tool_layer_toollayer_checker_checker_2_453d593b,node_agent_mmd_memory_vector_layer_memorylayer_checke_a583eb4f,node_agent_mmd_orchestration_layer_orchestration_shar_724ef5f0,node_agent_mmd_tool_layer_toollayer_shared_state_poli_53734acd,cli_args_1_6144b055,node_agent_mmd_orchestration_layer_orchestration_comm_6e41a7f7,node_agent_mmd_tool_layer_toollayer_command_capabilit_7fe13db1,node_agent_mmd_tool_layer_toollayer_command_capabilit_e97a4615,node_agent_mmd_memory_vector_layer_memorylayer_comman_c72a5d05,linear_command_actions_e430f4f4,node_agent_mmd_orchestration_layer_orchestration_line_b67affd5,node_agent_mmd_tool_layer_toollayer_linear_command_ru_d6763748,node_agent_mmd_orchestration_layer_orchestration_poli_3270b55d,node_agent_mmd_tool_layer_toollayer_policy_validators_af136abf,node_agent_mmd_memory_vector_layer_memorylayer_policy_1944de42,shared_state_action_validator_e7b128cd,node_agent_mmd_orchestration_layer_orchestration_type_7cf81261,node_agent_mmd_tool_layer_toollayer_types_core_types__6c8319b6,node_agent_mmd_memory_vector_layer_memorylayer_types__83f369fa,node_agent_mmd_orchestration_layer_orchestration_vali_d9fe99e6,node_agent_mmd_tool_layer_toollayer_validator_core_va_6ef6131f,node_agent_mmd_memory_vector_layer_memorylayer_valida_41034356,validator_helpers_7b927667,node_agent_mmd_orchestration_layer_orchestration_he_p_fc778c24,node_agent_mmd_tool_layer_toollayer_he_phase_exit_cor_af016160,ralph_runtime_73d63c0e,observed_skill_usage_ed7d5930,closure_evidence_aaa31467,pr_creator_dc6b1ea4,client_948fe603,init_output_360dce91,scaffold_ci_templates_2afd6392,scaffold_codex_environment_templates_334fbbed,scaffold_config_templates_4b80ce53,node_agent_mmd_orchestration_layer_orchestration_scaf_c9a90c2f,node_agent_mmd_tool_layer_toollayer_scaffold_environm_c1afc013,node_agent_mmd_memory_vector_layer_memorylayer_scaffo_12b42341,scaffold_github_actions_pr_pipeline_renderer_1ee18de5,scaffold_github_actions_pr_pipeline_template_e2b85f62,scaffold_package_command_template_80e32e83,scaffold_release_private_npm_template_075499f8,node_agent_mmd_llm_model_layer_llmlayer_constants_con_c9bd3f6c,node_agent_mmd_tool_layer_toollayer_constants_constan_9d71b829,index_9_32dd4d91,validation_common_6161e48b,node_agent_mmd_tool_layer_toollayer_cli_cli_2_1_32d9eeaf,node_agent_mmd_memory_vector_layer_memorylayer_cli_cl_1f1f89ab,node_agent_mmd_tool_layer_toollayer_metrics_tracker_m_4c9237d8,node_agent_mmd_memory_vector_layer_memorylayer_metric_12562178,normalise_renderer_85f2e563,evaluation_engine_core_e054fe49,node_agent_mmd_orchestration_layer_orchestration_tool_cc43149f,node_agent_mmd_tool_layer_toollayer_tooling_baseline__61e66e9f,node_agent_mmd_memory_vector_layer_memorylayer_toolin_14f86b00,node_agent_mmd_orchestration_layer_orchestration_prom_d17b4de2,node_agent_mmd_llm_model_layer_llmlayer_prompt_contex_81f9066a,node_agent_mmd_tool_layer_toollayer_prompt_context_dr_a2772f2b,node_agent_mmd_memory_vector_layer_memorylayer_prompt_ae34fc43,node_agent_mmd_orchestration_layer_orchestration_prom_77088997,node_agent_mmd_llm_model_layer_llmlayer_prompt_contex_e5066b88,node_agent_mmd_tool_layer_toollayer_prompt_context_dr_bd82da46,node_agent_mmd_memory_vector_layer_memorylayer_prompt_efd77624,replay_packet_a1293f88,index_14_d982116c,review_lifecycle_contract_e5447221,review_lifecycle_89afa64c,node_agent_mmd_tool_layer_toollayer_runtime_card_code_3636ceac,node_agent_mmd_memory_vector_layer_memorylayer_runtim_a5d23e7f,runtime_card_codex_runtime_0655e230,runtime_evidence_bundle_d471a232,types_36_674380ec,index_17_642943a2,projection_1b250ea1,types_38_e8efcd57,validation_7_c4e6d8b6 toolNode
+   class node_agent_mmd_orchestration_layer_orchestration_chec_7a9f0b64,node_agent_mmd_llm_model_layer_llmlayer_check_codex_a_29e7b7fa,node_agent_mmd_tool_layer_toollayer_check_codex_agent_4b361d5a,node_agent_mmd_orchestration_layer_orchestration_chec_7fd47f5c,node_agent_mmd_llm_model_layer_llmlayer_check_steerin_0e1bf90d,node_agent_mmd_tool_layer_toollayer_check_steering_fe_eafecf3a,node_agent_mmd_memory_vector_layer_memorylayer_check__64c86928,check_tooling_baseline_parity_3124b30a,node_agent_mmd_orchestration_layer_orchestration_run__18817957,node_agent_mmd_llm_model_layer_llmlayer_run_harness_e_603fcfdc,node_agent_mmd_tool_layer_toollayer_run_harness_evals_e2ee24f1,validate_action_review_receipt_fa2f06c3,node_agent_mmd_orchestration_layer_orchestration_vali_c01b04be,node_agent_mmd_llm_model_layer_llmlayer_validate_pack_2a12e1f4,node_agent_mmd_tool_layer_toollayer_validate_packaged_2855c827,validate_replay_packet_f309747e,node_agent_mmd_tool_layer_toollayer_ci_migrate_core_c_049f8460,node_agent_mmd_memory_vector_layer_memorylayer_ci_mig_0cd5b1a4,doctor_checks_5a2eb2b9,doctor_github_tool_check_e0a938df,doctor_github_tool_checks_a53b0382,doctor_tool_checks_4acac51a,next_blocked_decisions_4140ad2b,policy_gate_213f7313,remediate_cli_output_cc165396,node_agent_mmd_orchestration_layer_orchestration_reme_359fe98f,node_agent_mmd_llm_model_layer_llmlayer_remediate_run_9e3d4585,node_agent_mmd_tool_layer_toollayer_remediate_runner__c003b871,node_agent_mmd_tool_layer_toollayer_review_gate_core__7704598b,node_agent_mmd_memory_vector_layer_memorylayer_review_5bee9816,index_1bc04b52,types_1_4ecdf56e,validation_constants_e002a0f6,validation_98c41dcd,node_agent_mmd_orchestration_layer_orchestration_chec_0550c395,node_agent_mmd_tool_layer_toollayer_checker_checker_2_453d593b,node_agent_mmd_memory_vector_layer_memorylayer_checke_a583eb4f,node_agent_mmd_orchestration_layer_orchestration_shar_724ef5f0,node_agent_mmd_tool_layer_toollayer_shared_state_poli_53734acd,cli_args_1_6144b055,node_agent_mmd_orchestration_layer_orchestration_comm_6e41a7f7,node_agent_mmd_tool_layer_toollayer_command_capabilit_7fe13db1,node_agent_mmd_tool_layer_toollayer_command_capabilit_e97a4615,node_agent_mmd_memory_vector_layer_memorylayer_comman_c72a5d05,linear_command_actions_e430f4f4,node_agent_mmd_orchestration_layer_orchestration_line_b67affd5,node_agent_mmd_tool_layer_toollayer_linear_command_ru_d6763748,node_agent_mmd_orchestration_layer_orchestration_poli_3270b55d,node_agent_mmd_tool_layer_toollayer_policy_validators_af136abf,node_agent_mmd_memory_vector_layer_memorylayer_policy_1944de42,shared_state_action_validator_e7b128cd,node_agent_mmd_orchestration_layer_orchestration_type_7cf81261,node_agent_mmd_tool_layer_toollayer_types_core_types__6c8319b6,node_agent_mmd_memory_vector_layer_memorylayer_types__83f369fa,node_agent_mmd_orchestration_layer_orchestration_vali_d9fe99e6,node_agent_mmd_tool_layer_toollayer_validator_core_va_6ef6131f,node_agent_mmd_memory_vector_layer_memorylayer_valida_41034356,validator_helpers_7b927667,node_agent_mmd_orchestration_layer_orchestration_he_p_fc778c24,node_agent_mmd_tool_layer_toollayer_he_phase_exit_cor_af016160,environment_runtime_3206f0a8,observed_skill_usage_ed7d5930,closure_evidence_aaa31467,pr_creator_dc6b1ea4,client_948fe603,init_output_360dce91,scaffold_ci_templates_2afd6392,scaffold_codex_environment_templates_334fbbed,scaffold_config_templates_4b80ce53,node_agent_mmd_orchestration_layer_orchestration_scaf_c9a90c2f,node_agent_mmd_tool_layer_toollayer_scaffold_environm_c1afc013,node_agent_mmd_memory_vector_layer_memorylayer_scaffo_12b42341,scaffold_github_actions_pr_pipeline_renderer_1ee18de5,scaffold_github_actions_pr_pipeline_template_e2b85f62,scaffold_package_command_template_80e32e83,scaffold_release_private_npm_template_075499f8,node_agent_mmd_llm_model_layer_llmlayer_constants_con_c9bd3f6c,node_agent_mmd_tool_layer_toollayer_constants_constan_9d71b829,index_9_32dd4d91,validation_common_6161e48b,node_agent_mmd_tool_layer_toollayer_cli_cli_2_1_32d9eeaf,node_agent_mmd_memory_vector_layer_memorylayer_cli_cl_1f1f89ab,node_agent_mmd_tool_layer_toollayer_metrics_tracker_m_4c9237d8,node_agent_mmd_memory_vector_layer_memorylayer_metric_12562178,normalise_renderer_85f2e563,evaluation_engine_core_e054fe49,node_agent_mmd_orchestration_layer_orchestration_tool_cc43149f,node_agent_mmd_tool_layer_toollayer_tooling_baseline__61e66e9f,node_agent_mmd_memory_vector_layer_memorylayer_toolin_14f86b00,node_agent_mmd_orchestration_layer_orchestration_prom_d17b4de2,node_agent_mmd_llm_model_layer_llmlayer_prompt_contex_81f9066a,node_agent_mmd_tool_layer_toollayer_prompt_context_dr_a2772f2b,node_agent_mmd_memory_vector_layer_memorylayer_prompt_ae34fc43,node_agent_mmd_orchestration_layer_orchestration_prom_77088997,node_agent_mmd_llm_model_layer_llmlayer_prompt_contex_e5066b88,node_agent_mmd_tool_layer_toollayer_prompt_context_dr_bd82da46,node_agent_mmd_memory_vector_layer_memorylayer_prompt_efd77624,replay_packet_a1293f88,index_14_d982116c,review_lifecycle_contract_e5447221,review_lifecycle_89afa64c,node_agent_mmd_tool_layer_toollayer_runtime_card_code_3636ceac,node_agent_mmd_memory_vector_layer_memorylayer_runtim_a5d23e7f,runtime_card_codex_runtime_0655e230,runtime_evidence_bundle_d471a232,types_36_674380ec,index_17_642943a2,projection_1b250ea1,types_38_e8efcd57,validation_7_c4e6d8b6 toolNode
  classDef memNode fill:#555,color:#fff
  class node_agent_mmd_orchestration_layer_orchestration_chec_7fd47f5c,node_agent_mmd_llm_model_layer_llmlayer_check_steerin_0e1bf90d,node_agent_mmd_tool_layer_toollayer_check_steering_fe_eafecf3a,node_agent_mmd_memory_vector_layer_memorylayer_check__64c86928,normalize_workflow_contracts_8701f1c8,sync_codex_preflight_7e7a8dc2,test_harness_upgrade_matrix_84113c4e,node_agent_mmd_llm_model_layer_llmlayer_validate_prom_9880f764,node_agent_mmd_memory_vector_layer_memorylayer_valida_c52c4db8,validate_runtime_packet_schemas_bc3ba8ec,node_agent_mmd_llm_model_layer_llmlayer_validate_syst_5636156e,node_agent_mmd_memory_vector_layer_memorylayer_valida_db599a97,validate_workflow_contracts_33dc063c,branch_protect_core_a8feb0fd,node_agent_mmd_tool_layer_toollayer_ci_migrate_core_c_049f8460,node_agent_mmd_memory_vector_layer_memorylayer_ci_mig_0cd5b1a4,context_health_80bb7da9,node_agent_mmd_llm_model_layer_llmlayer_context_conte_ad2dfbd9,node_agent_mmd_memory_vector_layer_memorylayer_contex_78ceaaa9,docs_gate_core_eb9b6c18,node_agent_mmd_llm_model_layer_llmlayer_index_context_1041bd11,node_agent_mmd_memory_vector_layer_memorylayer_index__6f3402d0,local_memory_preflight_dcc36c42,memory_gate_a577a506,node_agent_mmd_orchestration_layer_orchestration_next_5393fba1,node_agent_mmd_memory_vector_layer_memorylayer_next_r_7feb80cc,pattern_scope_siblings_43abe000,review_context_ca6cf81d,node_agent_mmd_tool_layer_toollayer_review_gate_core__7704598b,node_agent_mmd_memory_vector_layer_memorylayer_review_5bee9816,node_agent_mmd_llm_model_layer_llmlayer_search_search_66b9a911,node_agent_mmd_memory_vector_layer_memorylayer_search_ac35cb7e,session_context_e5ec72c0,node_agent_mmd_orchestration_layer_orchestration_tool_acfe0c01,node_agent_mmd_memory_vector_layer_memorylayer_toolin_a1185b8f,run_local_memory_preflight_36e92808,node_agent_mmd_orchestration_layer_orchestration_chec_0550c395,node_agent_mmd_tool_layer_toollayer_checker_checker_2_453d593b,node_agent_mmd_memory_vector_layer_memorylayer_checke_a583eb4f,node_agent_mmd_orchestration_layer_orchestration_cont_61b3b9c9,node_agent_mmd_llm_model_layer_llmlayer_context_healt_cfc0bfa8,node_agent_mmd_memory_vector_layer_memorylayer_contex_3204aa0e,node_agent_mmd_orchestration_layer_orchestration_type_4f906dcc,node_agent_mmd_memory_vector_layer_memorylayer_types__9ad640a0,branch_protect_sync_570adb18,node_agent_mmd_tool_layer_toollayer_command_capabilit_e97a4615,node_agent_mmd_memory_vector_layer_memorylayer_comman_c72a5d05,node_agent_mmd_orchestration_layer_orchestration_comm_1f8cc24c,node_agent_mmd_llm_model_layer_llmlayer_command_specs_782af9fa,node_agent_mmd_memory_vector_layer_memorylayer_comman_111eb454,local_memory_preflight_command_spec_9e23f3ce,memory_gate_command_spec_dc9001a9,review_gate_command_spec_3187376a,session_context_command_spec_973afbb1,node_agent_mmd_llm_model_layer_llmlayer_constants_con_c9bd3f6c,node_agent_mmd_memory_vector_layer_memorylayer_consta_702d3f46,context_compact_policy_3dcaf95d,node_agent_mmd_llm_model_layer_llmlayer_index_index_1_02e160ff,node_agent_mmd_memory_vector_layer_memorylayer_index__752bc61e,node_agent_mmd_llm_model_layer_llmlayer_indexer_index_4f4deef5,node_agent_mmd_memory_vector_layer_memorylayer_indexe_93e6d86f,init_error_5c7dd49f,lexical_fallback_723e2b3e,node_agent_mmd_llm_model_layer_llmlayer_ollama_ollama_968b23fa,node_agent_mmd_memory_vector_layer_memorylayer_ollama_6d51be16,rollout_a4fa034c,sources_878a52fc,store_824d80d7,node_agent_mmd_llm_model_layer_llmlayer_sync_contract_9f3cc8c1,node_agent_mmd_memory_vector_layer_memorylayer_sync_c_e43418bc,types_8_f6283648,harness_run_context_ac7c77a9,index_4_013aa0e3,json_schema_core_96d7e328,node_agent_mmd_orchestration_layer_orchestration_poli_3270b55d,node_agent_mmd_tool_layer_toollayer_policy_validators_af136abf,node_agent_mmd_memory_vector_layer_memorylayer_policy_1944de42,node_agent_mmd_orchestration_layer_orchestration_type_7cf81261,node_agent_mmd_tool_layer_toollayer_types_core_types__6c8319b6,node_agent_mmd_memory_vector_layer_memorylayer_types__83f369fa,node_agent_mmd_orchestration_layer_orchestration_vali_d9fe99e6,node_agent_mmd_tool_layer_toollayer_validator_core_va_6ef6131f,node_agent_mmd_memory_vector_layer_memorylayer_valida_41034356,archive_candidates_scanner_d0931789,archive_candidates_dc0e40e1,docs_task_eval_contract_79347457,docs_task_eval_fixtures_44902755,node_agent_mmd_orchestration_layer_orchestration_init_2a9c3ecb,node_agent_mmd_memory_vector_layer_memorylayer_init_m_333d02c5,node_agent_mmd_orchestration_layer_orchestration_proj_6ab6f60f,node_agent_mmd_memory_vector_layer_memorylayer_projec_3ae304d9,scaffold_diagram_templates_dd88e83c,node_agent_mmd_orchestration_layer_orchestration_scaf_12cc07db,node_agent_mmd_memory_vector_layer_memorylayer_scaffo_5fd73b94,node_agent_mmd_orchestration_layer_orchestration_scaf_c9a90c2f,node_agent_mmd_tool_layer_toollayer_scaffold_environm_c1afc013,node_agent_mmd_memory_vector_layer_memorylayer_scaffo_12b42341,scaffold_hook_templates_8c74ab50,scaffold_root_command_templates_404fed7f,scaffold_script_template_registry_69312d4e,scaffold_shell_templates_0ad0f915,scaffold_surfaces_12d6494e,node_agent_mmd_orchestration_layer_orchestration_scaf_ff8f92f6,node_agent_mmd_memory_vector_layer_memorylayer_scaffo_a86eece1,scaffold_workflow_template_92310587,eval_seed_5699fd3e,index_10_f6785a46,review_context_1_e3afed15,memory_gate_1_265164ac,branch_enforcer_acb749cd,cli_args_5_09ea29f0,node_agent_mmd_tool_layer_toollayer_cli_cli_2_1_32d9eeaf,node_agent_mmd_memory_vector_layer_memorylayer_cli_cl_1f1f89ab,node_agent_mmd_tool_layer_toollayer_metrics_tracker_m_4c9237d8,node_agent_mmd_memory_vector_layer_memorylayer_metric_12562178,types_19_eb4ad5f0,validator_5_b19ac2be,node_agent_mmd_orchestration_layer_orchestration_clas_899b821a,node_agent_mmd_memory_vector_layer_memorylayer_classi_1ebbf5ff,node_agent_mmd_orchestration_layer_orchestration_tool_cc43149f,node_agent_mmd_tool_layer_toollayer_tooling_baseline__61e66e9f,node_agent_mmd_memory_vector_layer_memorylayer_toolin_14f86b00,claim_helpers_20dc8387,types_24_c63dc1a7,local_memory_smoke_1175abfc,local_memory_0db17ecc,performance_overload_c685bfcf,node_agent_mmd_orchestration_layer_orchestration_sugg_85c5ebe3,node_agent_mmd_memory_vector_layer_memorylayer_sugges_267f408d,node_agent_mmd_orchestration_layer_orchestration_prom_d17b4de2,node_agent_mmd_llm_model_layer_llmlayer_prompt_contex_81f9066a,node_agent_mmd_tool_layer_toollayer_prompt_context_dr_a2772f2b,node_agent_mmd_memory_vector_layer_memorylayer_prompt_ae34fc43,node_agent_mmd_orchestration_layer_orchestration_prom_77088997,node_agent_mmd_llm_model_layer_llmlayer_prompt_contex_e5066b88,node_agent_mmd_tool_layer_toollayer_prompt_context_dr_bd82da46,node_agent_mmd_memory_vector_layer_memorylayer_prompt_efd77624,node_agent_mmd_llm_model_layer_llmlayer_prompt_contex_6426acc2,node_agent_mmd_memory_vector_layer_memorylayer_prompt_55c0d605,types_31_eb363e20,policy_1_fc4198db,node_agent_mmd_tool_layer_toollayer_runtime_card_code_3636ceac,node_agent_mmd_memory_vector_layer_memorylayer_runtim_a5d23e7f,cli_12_01c06c37,collector_0736fd5b,types_34_85e6a0bb,overload_guard_2748c559 memNode
